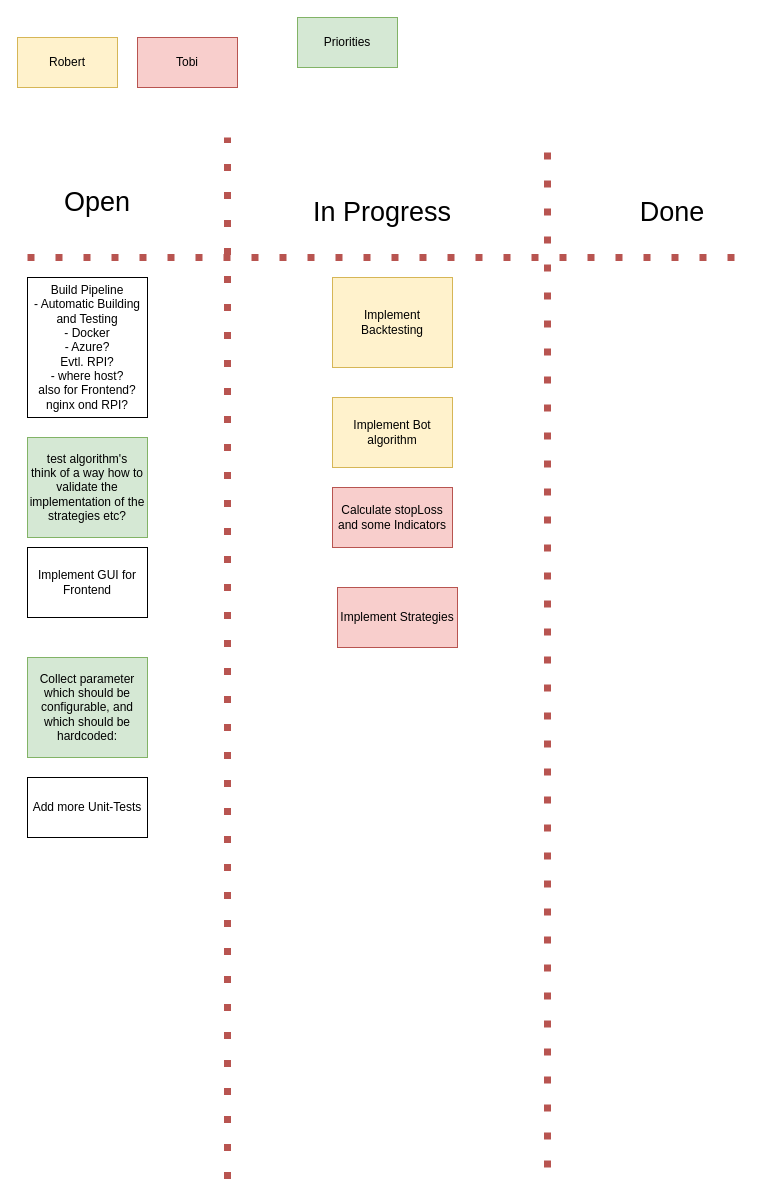
Before: page "Tasks" (3 of 3) of Architecture.drawio in naegerob/TradingBot, a draw.io diagram. Source tidied: cells renumbered, new cells numbered last; positions are measured from the earlier drawing's top-left corner, leaving out a move shared by most shapes. Both pictures are drawn from the tidied source at 100%, with x=0, y=0 at pixel (17, 17).
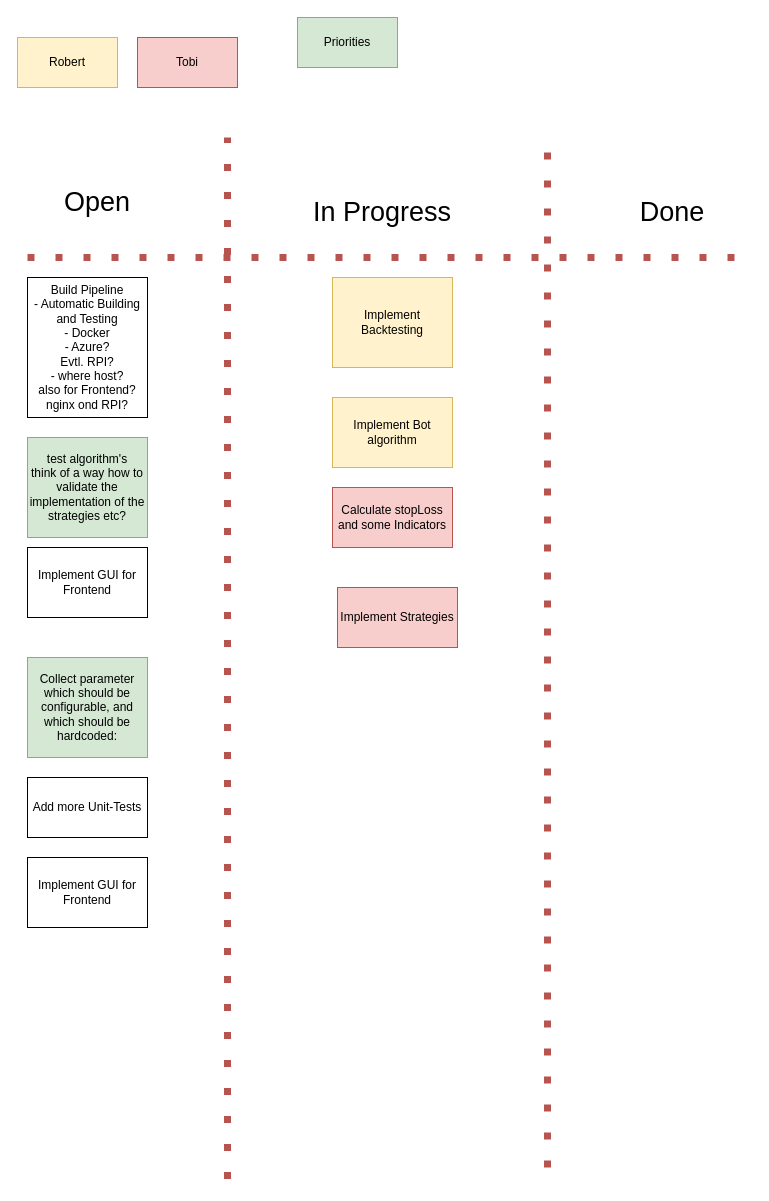
Above is the later version.

Diff of the diagram source:
```diff
@@
+    <mxCell id="20" value="Implement GUI for Frontend" style="rounded=0;whiteSpace=wrap;html=1;" parent="1" vertex="1">
+      <mxGeometry x="10" y="840" width="120" height="70" as="geometry" />
+    </mxCell>
```
